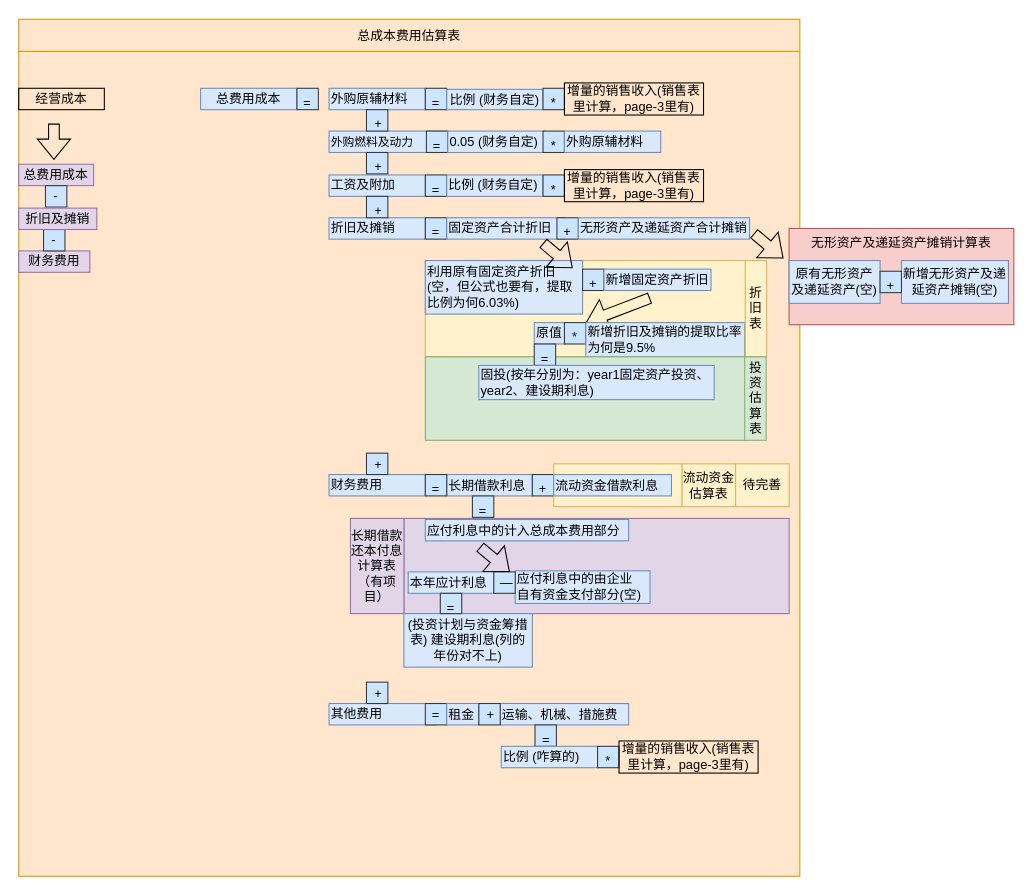
Earlier version of the draw.io diagram page "Page-4 总费用成本" (3 of 8) of Untitled Diagram.drawio (Yatttin/attention-nmt). Source tidied: cells renumbered, new cells numbered last; positions are measured from the earlier drawing's top-left corner, leaving out a move shared by most shapes. Both pictures are drawn from the tidied source at 107%, with x=0, y=0 at pixel (18, 18).
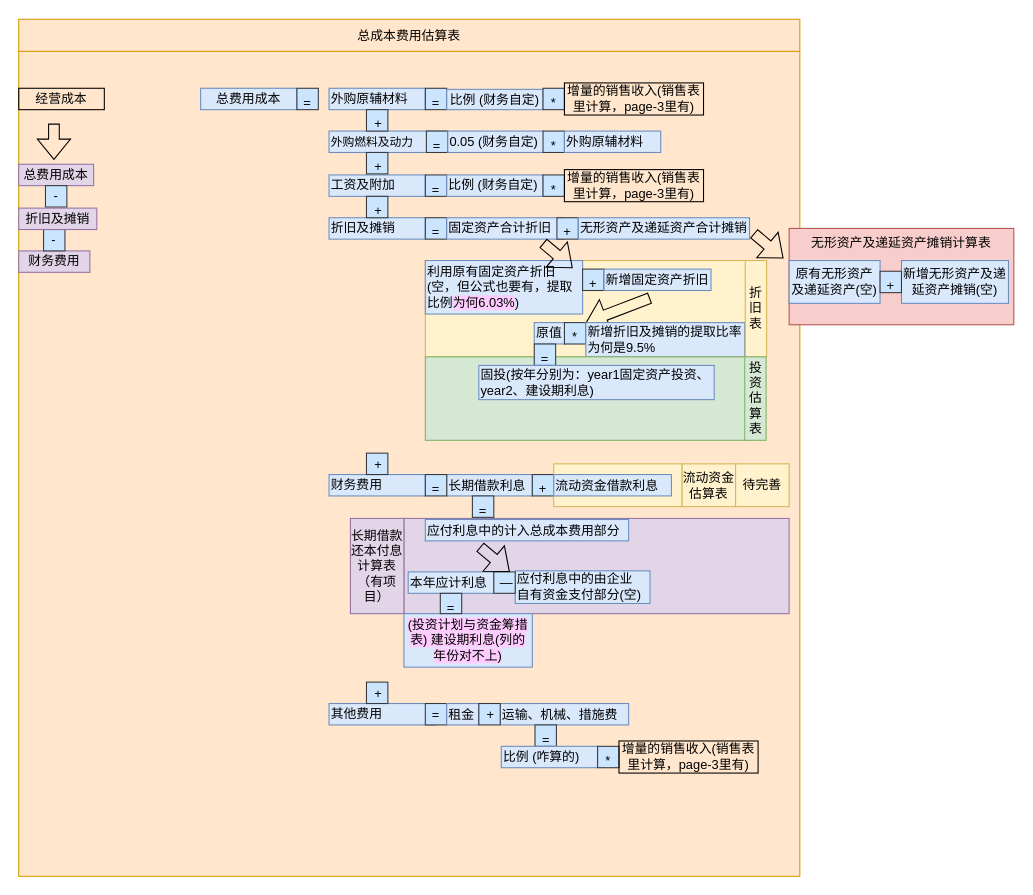
The same page after the edit.

Diff of the diagram source:
```diff
@@
-    <mxCell id="34" value="利用原有固定资产折旧(空，但公式也要有，提取比例为何6.03%)" style="text;align=left;html=1;verticalAlign=middle;whiteSpace=wrap;rounded=0;fillColor=#dae8fc;strokeColor=#6c8ebf;" parent="1" vertex="1">
+    <mxCell id="34" value="利用原有固定资产折旧(空，但公式也要有，提取比例&lt;span style=&quot;background-color: rgb(255, 204, 255);&quot;&gt;为何6.03%&lt;/span&gt;)" style="text;align=left;html=1;verticalAlign=middle;whiteSpace=wrap;rounded=0;fillColor=#dae8fc;strokeColor=#6c8ebf;" parent="1" vertex="1">
       <mxGeometry x="380" y="226" width="147" height="50" as="geometry" />
     </mxCell>
@@
-    <mxCell id="59" value="(投资计划与资金筹措表) 建设期利息(列的年份对不上)" style="rounded=0;whiteSpace=wrap;html=1;fillColor=#dae8fc;strokeColor=#6c8ebf;" parent="1" vertex="1">
+    <mxCell id="59" value="&lt;span style=&quot;background-color: rgb(255, 204, 255);&quot;&gt;(投资计划与资金筹措表) 建设期利息(列的年份对不上)&lt;/span&gt;" style="rounded=0;whiteSpace=wrap;html=1;fillColor=#dae8fc;strokeColor=#6c8ebf;" parent="1" vertex="1">
       <mxGeometry x="360" y="556" width="120" height="50" as="geometry" />
     </mxCell>
```
